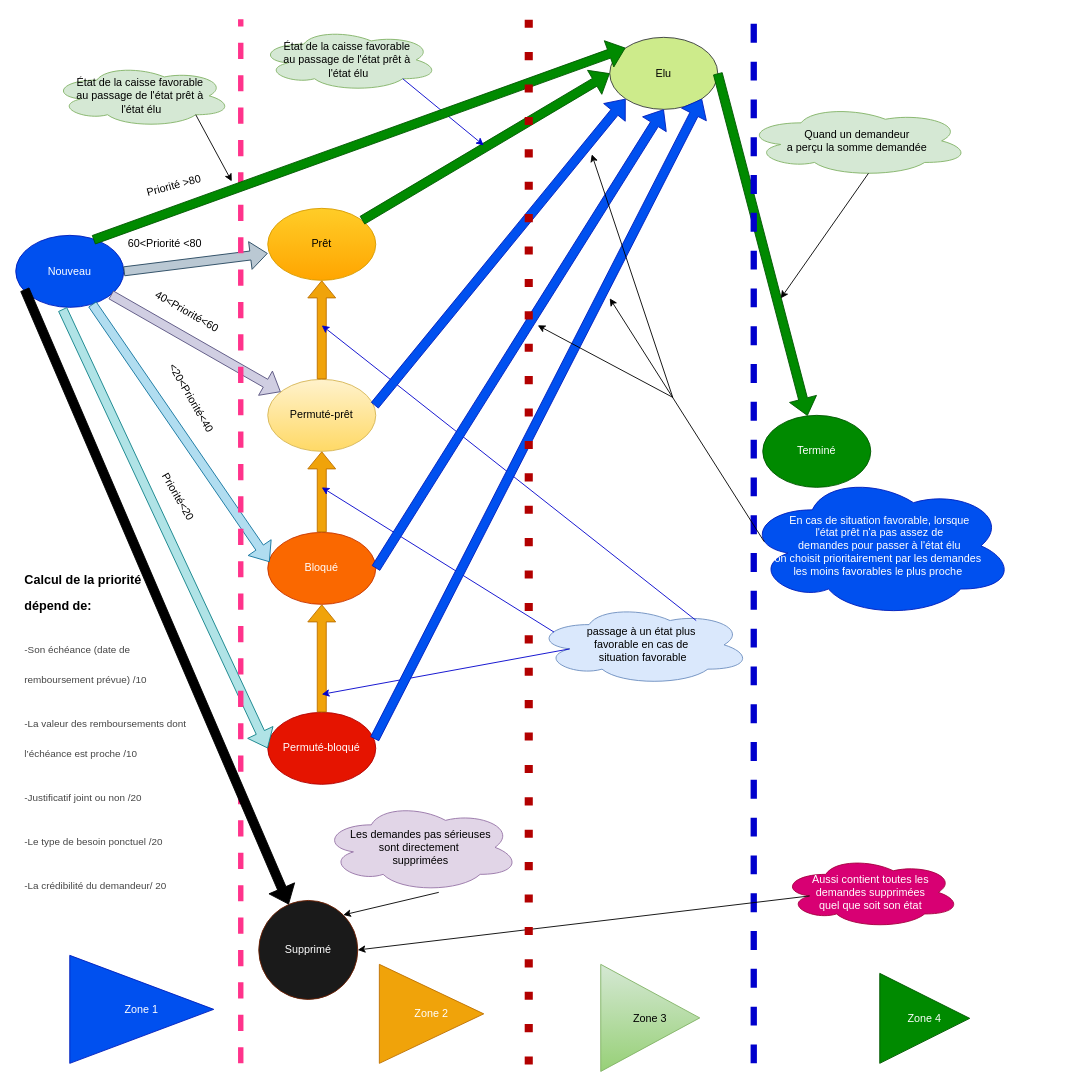
This is Untitled Diagram.drawio from ambou-97/Sutura, a draw.io file, before an edit. Source tidied: cells renumbered, new cells numbered last; positions are measured from the earlier drawing's top-left corner, leaving out a move shared by most shapes. Both pictures are drawn from the tidied source at 90%, with x=0, y=0 at pixel (15, 19).
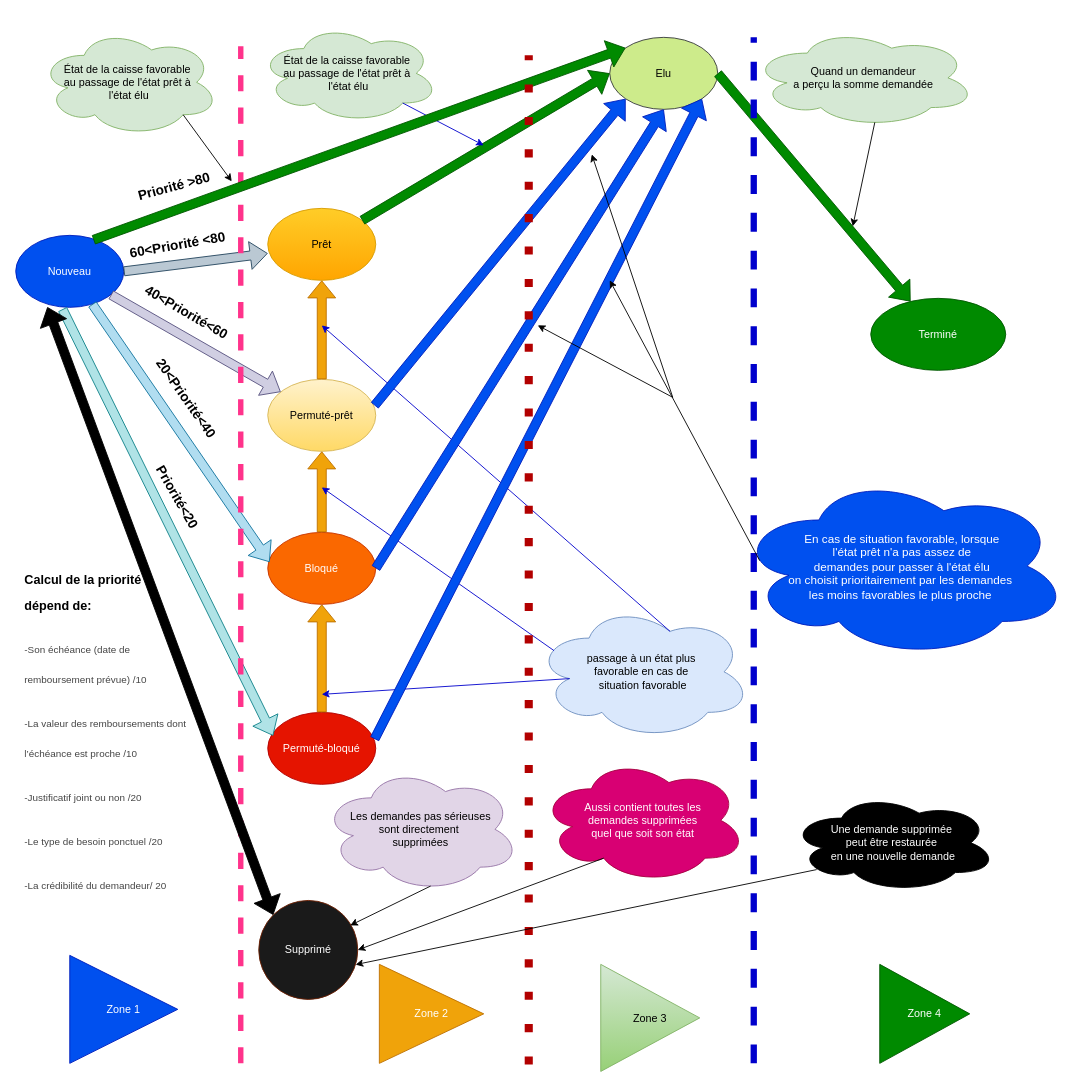
After the change.

The change refers to these unchanged cells:
```xml
<mxCell id="2" value="Nouveau" style="ellipse;whiteSpace=wrap;html=1;fillColor=#0050ef;strokeColor=#001DBC;fontColor=#ffffff;" parent="1" vertex="1">
  <mxGeometry y="240" width="120" height="80" as="geometry" />
</mxCell>
<mxCell id="5" value="Permuté-bloqué" style="ellipse;whiteSpace=wrap;html=1;fillColor=#e51400;strokeColor=#B20000;fontColor=#ffffff;" parent="1" vertex="1">
  <mxGeometry x="280" y="770" width="120" height="80" as="geometry" />
</mxCell>
<mxCell id="36" value="Supprimé" style="ellipse;whiteSpace=wrap;html=1;strokeColor=#6D1F00;fontColor=#ffffff;fillColor=#1A1A1A;" parent="1" vertex="1">
  <mxGeometry x="270" y="979" width="110" height="110" as="geometry" />
</mxCell>
```

What changed in the source:
```diff
@@
     <mxCell id="8" value="Terminé" style="ellipse;whiteSpace=wrap;html=1;fillColor=#008a00;strokeColor=#005700;fontColor=#ffffff;" parent="1" vertex="1">
-      <mxGeometry x="830" y="440" width="120" height="80" as="geometry" />
+      <mxGeometry x="950" y="310" width="150" height="80" as="geometry" />
     </mxCell>
@@
-    <mxCell id="12" style="shape=flexArrow;endArrow=classic;html=1;exitX=0.433;exitY=1.025;exitDx=0;exitDy=0;exitPerimeter=0;entryX=0;entryY=0.5;entryDx=0;entryDy=0;fillColor=#b0e3e6;strokeColor=#0e8088;" parent="1" edge="1" source="2" target="5">
+    <mxCell id="12" style="shape=flexArrow;endArrow=classic;html=1;exitX=0.433;exitY=1.025;exitDx=0;exitDy=0;exitPerimeter=0;entryX=0.05;entryY=0.325;entryDx=0;entryDy=0;fillColor=#b0e3e6;strokeColor=#0e8088;entryPerimeter=0;" parent="1" edge="1" source="2" target="5">
       <mxGeometry relative="1" as="geometry" />
     </mxCell>
@@
-    <mxCell id="18" value="Priorité &amp;gt;80" style="text;html=1;strokeColor=none;fillColor=none;align=center;verticalAlign=middle;whiteSpace=wrap;rounded=0;rotation=-15;" parent="1" vertex="1">
+    <mxCell id="18" value="&lt;font style=&quot;font-size: 15px&quot;&gt;&lt;b&gt;Priorité &amp;gt;80&lt;/b&gt;&lt;/font&gt;" style="text;html=1;strokeColor=none;fillColor=none;align=center;verticalAlign=middle;whiteSpace=wrap;rounded=0;rotation=-15;" parent="1" vertex="1">
       <mxGeometry x="126" y="175" width="100" height="20" as="geometry" />
     </mxCell>
-    <mxCell id="19" value="60&amp;lt;Priorité &amp;lt;80" style="text;html=1;strokeColor=none;fillColor=none;align=center;verticalAlign=middle;whiteSpace=wrap;rounded=0;rotation=0;" parent="1" vertex="1">
-      <mxGeometry x="105.7" y="240" width="120.3" height="20" as="geometry" />
+    <mxCell id="19" value="&lt;b&gt;&lt;font style=&quot;font-size: 15px&quot;&gt;60&amp;lt;Priorité &amp;lt;80&lt;/font&gt;&lt;/b&gt;" style="text;html=1;strokeColor=none;fillColor=none;align=center;verticalAlign=middle;whiteSpace=wrap;rounded=0;rotation=-10;" parent="1" vertex="1">
+      <mxGeometry x="120" y="240" width="120.3" height="20" as="geometry" />
     </mxCell>
-    <mxCell id="20" value="40&amp;lt;Priorité&amp;lt;60" style="text;html=1;strokeColor=none;fillColor=none;align=center;verticalAlign=middle;whiteSpace=wrap;rounded=0;rotation=30;" parent="1" vertex="1">
+    <mxCell id="20" value="&lt;font style=&quot;font-size: 15px&quot;&gt;&lt;b&gt;40&amp;lt;Priorité&amp;lt;60&lt;/b&gt;&lt;/font&gt;" style="text;html=1;strokeColor=none;fillColor=none;align=center;verticalAlign=middle;whiteSpace=wrap;rounded=0;rotation=30;" parent="1" vertex="1">
       <mxGeometry x="150" y="310" width="81" height="30" as="geometry" />
     </mxCell>
-    <mxCell id="21" value="&amp;lt;20&amp;lt;Priorité&amp;lt;40" style="text;html=1;strokeColor=none;fillColor=none;align=center;verticalAlign=middle;whiteSpace=wrap;rounded=0;rotation=60;" parent="1" vertex="1">
-      <mxGeometry x="140.6" y="400" width="109.4" height="41.5" as="geometry" />
+    <mxCell id="21" value="&lt;font style=&quot;font-size: 15px&quot;&gt;&lt;b&gt;20&amp;lt;Priorité&amp;lt;40&lt;/b&gt;&lt;/font&gt;" style="text;html=1;strokeColor=none;fillColor=none;align=center;verticalAlign=middle;whiteSpace=wrap;rounded=0;rotation=55;" parent="1" vertex="1">
+      <mxGeometry x="135.8" y="400" width="109.4" height="41.5" as="geometry" />
     </mxCell>
@@
     <mxCell id="23" style="endArrow=none;dashed=1;html=1;fillColor=#FF2146;strokeColor=#FF338B;strokeWidth=6;" parent="1" edge="1">
       <mxGeometry relative="1" as="geometry">
         <mxPoint x="250" y="1160" as="sourcePoint" />
-        <mxPoint x="250" as="targetPoint" />
+        <mxPoint x="250" y="30" as="targetPoint" />
       </mxGeometry>
     </mxCell>
     <mxCell id="24" style="endArrow=none;dashed=1;html=1;strokeColor=#0000CC;fillColor=#FF2146;strokeWidth=7;" parent="1" edge="1">
       <mxGeometry relative="1" as="geometry">
         <mxPoint x="820" y="1160" as="sourcePoint" />
-        <mxPoint x="820" as="targetPoint" />
+        <mxPoint x="820" y="20" as="targetPoint" />
       </mxGeometry>
     </mxCell>
     <mxCell id="25" value="Quand un demandeur&lt;br&gt;a perçu la somme demandée" style="ellipse;shape=cloud;whiteSpace=wrap;html=1;fillColor=#d5e8d4;strokeColor=#82b366;" parent="1" vertex="1">
-      <mxGeometry x="810" y="95" width="250" height="80" as="geometry" />
+      <mxGeometry x="817" y="10" width="250" height="110" as="geometry" />
     </mxCell>
     <mxCell id="26" value="État de la caisse favorable&amp;nbsp;&lt;br&gt;au passage de l'état prêt à&amp;nbsp;&lt;br&gt;l'état élu" style="ellipse;shape=cloud;whiteSpace=wrap;html=1;fillColor=#d5e8d4;strokeColor=#82b366;" parent="1" vertex="1">
-      <mxGeometry x="270" y="10" width="200" height="70" as="geometry" />
+      <mxGeometry x="270" y="5" width="200" height="110" as="geometry" />
     </mxCell>
@@
     <mxCell id="28" value="passage à un état plus&amp;nbsp;&lt;br&gt;favorable en cas de&amp;nbsp;&lt;br&gt;situation favorable" style="ellipse;shape=cloud;whiteSpace=wrap;html=1;fillColor=#dae8fc;strokeColor=#6c8ebf;" parent="1" vertex="1">
-      <mxGeometry x="577" y="650" width="240" height="90" as="geometry" />
+      <mxGeometry x="577" y="650" width="240" height="150" as="geometry" />
     </mxCell>
-    <mxCell id="29" style="endArrow=classic;html=1;strokeColor=#0000CC;fillColor=#FF2146;exitX=0.746;exitY=0.2;exitDx=0;exitDy=0;exitPerimeter=0;" parent="1" edge="1" source="28">
+    <mxCell id="29" style="endArrow=classic;html=1;strokeColor=#0000CC;fillColor=#FF2146;exitX=0.625;exitY=0.2;exitDx=0;exitDy=0;exitPerimeter=0;" parent="1" edge="1" source="28">
       <mxGeometry relative="1" as="geometry">
         <mxPoint x="340" y="340" as="targetPoint" />
       </mxGeometry>
     </mxCell>
@@
     <mxCell id="32" value="Zone 1" style="triangle;whiteSpace=wrap;html=1;fillColor=#0050ef;strokeColor=#001DBC;fontColor=#ffffff;" parent="1" vertex="1">
-      <mxGeometry x="60" y="1040" width="160" height="120" as="geometry" />
+      <mxGeometry x="60" y="1040" width="120" height="120" as="geometry" />
     </mxCell>
@@
     <mxCell id="35" value="Zone 4" style="triangle;whiteSpace=wrap;html=1;fillColor=#008a00;strokeColor=#005700;fontColor=#ffffff;" parent="1" vertex="1">
-      <mxGeometry x="960" y="1060" width="100" height="100" as="geometry" />
+      <mxGeometry x="960" y="1050" width="100" height="110" as="geometry" />
     </mxCell>
@@
-    <mxCell id="37" style="shape=flexArrow;endArrow=classic;html=1;exitX=0.083;exitY=0.75;exitDx=0;exitDy=0;fillColor=#000000;exitPerimeter=0;" parent="1" edge="1" source="2" target="36">
-      <mxGeometry relative="1" as="geometry" />
-    </mxCell>
     <mxCell id="38" value="Les demandes pas sérieuses&lt;br&gt;sont directement&amp;nbsp;&lt;br&gt;supprimées" style="ellipse;shape=cloud;whiteSpace=wrap;html=1;fillColor=#e1d5e7;strokeColor=#9673a6;" parent="1" vertex="1">
-      <mxGeometry x="340" y="870" width="220" height="100" as="geometry" />
+      <mxGeometry x="340" y="830" width="220" height="140" as="geometry" />
     </mxCell>
-    <mxCell id="39" style="endArrow=classic;html=1;entryX=1;entryY=0;entryDx=0;entryDy=0;exitX=0.591;exitY=1;exitDx=0;exitDy=0;exitPerimeter=0;" parent="1" edge="1" source="38" target="36">
+    <mxCell id="39" style="endArrow=classic;html=1;entryX=0.924;entryY=0.252;entryDx=0;entryDy=0;exitX=0.55;exitY=0.95;exitDx=0;exitDy=0;exitPerimeter=0;entryPerimeter=0;" parent="1" edge="1" source="38" target="36">
       <mxGeometry relative="1" as="geometry" />
     </mxCell>
@@
-    <mxCell id="41" value="Priorité&amp;lt;20" style="text;html=1;strokeColor=none;fillColor=none;align=center;verticalAlign=middle;whiteSpace=wrap;rounded=0;rotation=60;" parent="1" vertex="1">
+    <mxCell id="41" value="&lt;font style=&quot;font-size: 15px&quot;&gt;&lt;b&gt;Priorité&amp;lt;20&lt;/b&gt;&lt;/font&gt;" style="text;html=1;strokeColor=none;fillColor=none;align=center;verticalAlign=middle;whiteSpace=wrap;rounded=0;rotation=60;" parent="1" vertex="1">
       <mxGeometry x="126" y="510" width="109.4" height="41.5" as="geometry" />
     </mxCell>
     <mxCell id="42" value="État de la caisse favorable&amp;nbsp;&lt;br&gt;au passage de l'état prêt à&amp;nbsp;&lt;br&gt;l'état élu" style="ellipse;shape=cloud;whiteSpace=wrap;html=1;fillColor=#d5e8d4;strokeColor=#82b366;" parent="1" vertex="1">
-      <mxGeometry x="40" y="50" width="200" height="70" as="geometry" />
+      <mxGeometry x="26" y="10" width="200" height="120" as="geometry" />
     </mxCell>
@@
     <mxCell id="44" value="Aussi contient toutes les&lt;br&gt;demandes supprimées&lt;br&gt;quel que soit son état" style="ellipse;shape=cloud;whiteSpace=wrap;html=1;fillColor=#d80073;strokeColor=#A50040;fontColor=#ffffff;" parent="1" vertex="1">
-      <mxGeometry x="850" y="930" width="200" height="80" as="geometry" />
+      <mxGeometry x="582" y="820" width="230" height="140" as="geometry" />
     </mxCell>
-    <mxCell id="45" style="endArrow=classic;html=1;entryX=1;entryY=0.5;entryDx=0;entryDy=0;exitX=0.16;exitY=0.55;exitDx=0;exitDy=0;exitPerimeter=0;" parent="1" edge="1" source="44" target="36">
+    <mxCell id="45" style="endArrow=classic;html=1;entryX=1;entryY=0.5;entryDx=0;entryDy=0;exitX=0.31;exitY=0.8;exitDx=0;exitDy=0;exitPerimeter=0;" parent="1" edge="1" source="44" target="36">
       <mxGeometry relative="1" as="geometry" />
     </mxCell>
     <mxCell id="46" style="endArrow=classic;html=1;exitX=0.55;exitY=0.95;exitDx=0;exitDy=0;exitPerimeter=0;" parent="1" edge="1" source="25">
       <mxGeometry relative="1" as="geometry">
-        <mxPoint x="850" y="310" as="targetPoint" />
+        <mxPoint x="930" y="230" as="targetPoint" />
       </mxGeometry>
     </mxCell>
@@
-    <mxCell id="50" value="En cas de situation favorable, lorsque&lt;br&gt;l'état prêt n'a pas assez de&lt;br&gt;demandes pour passer à l'état élu&lt;br&gt;on choisit prioritairement par les demandes&amp;nbsp;&lt;br&gt;les moins favorables le plus proche&amp;nbsp;" style="ellipse;shape=cloud;whiteSpace=wrap;html=1;fillColor=#0050ef;strokeColor=#001DBC;fontColor=#ffffff;" parent="1" vertex="1">
-      <mxGeometry x="810" y="505" width="300" height="160" as="geometry" />
+    <mxCell id="50" value="&lt;font style=&quot;font-size: 13px&quot;&gt;En cas de situation favorable, lorsque&lt;br&gt;l'état prêt n'a pas assez de&lt;br&gt;demandes pour passer à l'état élu&lt;br&gt;on choisit prioritairement par les demandes&amp;nbsp;&lt;br&gt;les moins favorables le plus proche&amp;nbsp;&lt;/font&gt;" style="ellipse;shape=cloud;whiteSpace=wrap;html=1;fillColor=#0050ef;strokeColor=#001DBC;fontColor=#ffffff;" parent="1" vertex="1">
+      <mxGeometry x="800" y="505" width="370" height="205" as="geometry" />
     </mxCell>
     <mxCell id="51" style="endArrow=classic;html=1;exitX=0.072;exitY=0.471;exitDx=0;exitDy=0;exitPerimeter=0;" parent="1" edge="1" source="50">
       <mxGeometry relative="1" as="geometry">
-        <mxPoint x="660" y="310" as="targetPoint" />
+        <mxPoint x="660" y="290" as="targetPoint" />
       </mxGeometry>
     </mxCell>
@@
     <mxCell id="54" style="endArrow=none;dashed=1;html=1;dashPattern=1 3;strokeWidth=9;fillColor=#e51400;strokeColor=#B20000;" parent="1" edge="1">
       <mxGeometry relative="1" as="geometry">
         <mxPoint x="570" y="1161.4" as="sourcePoint" />
-        <mxPoint x="570" as="targetPoint" />
+        <mxPoint x="570" y="40" as="targetPoint" />
       </mxGeometry>
     </mxCell>
+    <mxCell id="55" style="shape=flexArrow;endArrow=classic;startArrow=classic;html=1;strokeWidth=1;entryX=0.293;entryY=0.996;entryDx=0;entryDy=0;entryPerimeter=0;exitX=0;exitY=0;exitDx=0;exitDy=0;fillColor=#000000;" parent="1" edge="1" source="36" target="2">
+      <mxGeometry relative="1" as="geometry" />
+    </mxCell>
+    <mxCell id="56" value="&lt;font color=&quot;#ffffff&quot; style=&quot;background-color: rgb(0 , 0 , 0)&quot;&gt;Une demande supprimée&amp;nbsp;&lt;br&gt;peut être restaurée&amp;nbsp;&lt;br&gt;en une nouvelle demande&lt;/font&gt;" style="ellipse;shape=cloud;whiteSpace=wrap;html=1;fillColor=#000000;" parent="1" vertex="1">
+      <mxGeometry x="860" y="860" width="230" height="110" as="geometry" />
+    </mxCell>
+    <mxCell id="57" style="endArrow=classic;html=1;strokeColor=#000000;strokeWidth=1;fillColor=#000000;entryX=0.978;entryY=0.648;entryDx=0;entryDy=0;entryPerimeter=0;exitX=0.13;exitY=0.77;exitDx=0;exitDy=0;exitPerimeter=0;" parent="1" edge="1" source="56" target="36">
+      <mxGeometry relative="1" as="geometry" />
+    </mxCell>
```
